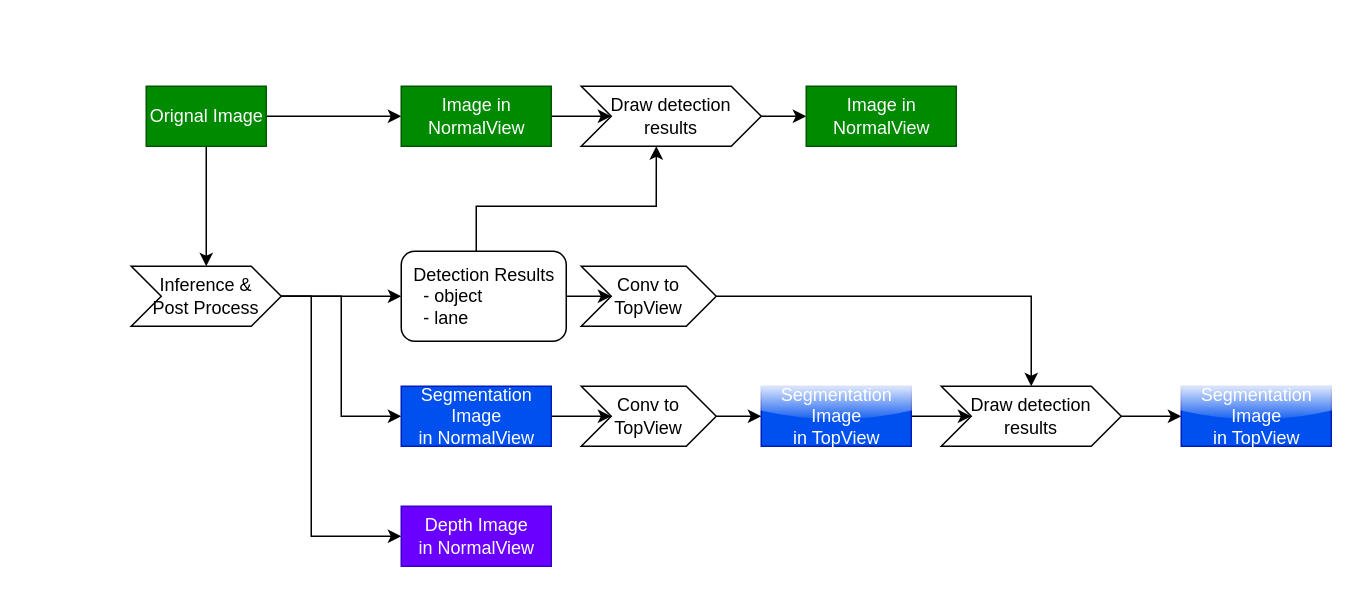
iwatake2222/self-driving-ish_computer_vision_system keeps this draw.io diagram as page "DataFlow" (2 of 3) of 00_doc/design_document.drawio. Above is the earlier version. Source tidied: cells renumbered, new cells numbered last; positions are measured from the earlier drawing's top-left corner, leaving out a move shared by most shapes. Both pictures are drawn from the tidied source at 150%, with x=0, y=0 at pixel (130, 86).
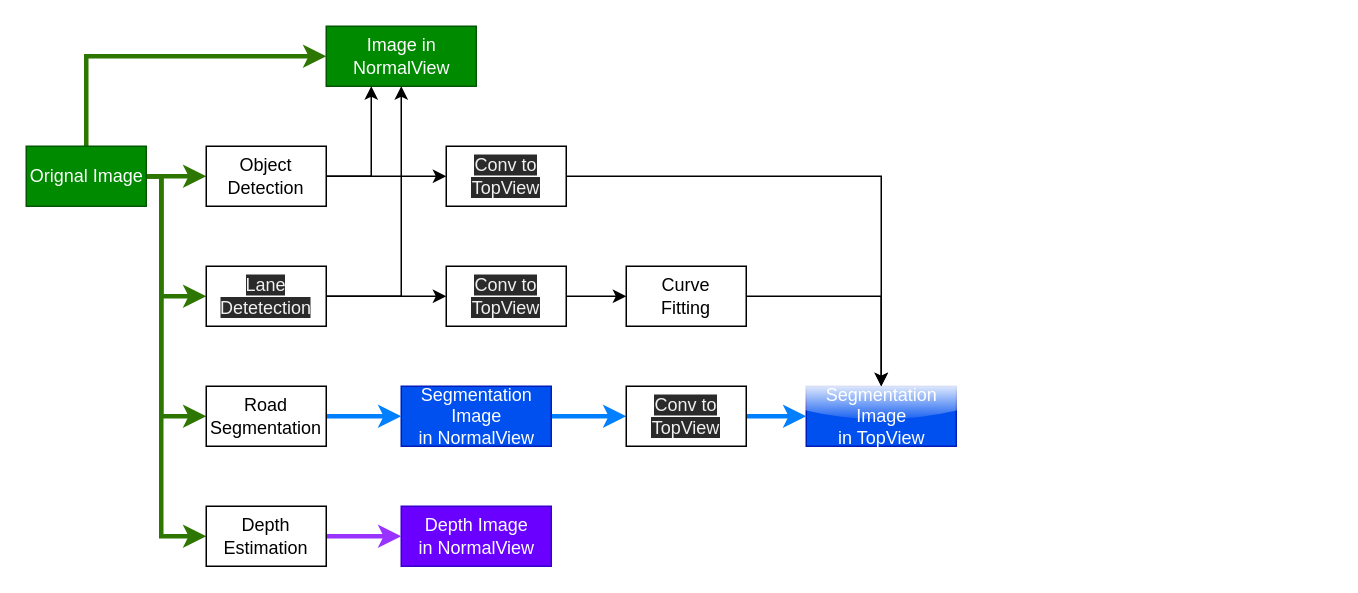
After the change.

Unchanged cells that the change refers to:
```xml
<mxCell id="9" value="Segmentation&lt;br&gt;Image&lt;br&gt;in NormalView" style="html=1;fillColor=#0050ef;strokeColor=#001DBC;fontColor=#ffffff;" parent="1" vertex="1">
  <mxGeometry x="180" y="200" width="100" height="40" as="geometry" />
</mxCell>
```

Change to the diagram source:
```diff
@@
-    <mxCell id="2" style="edgeStyle=orthogonalEdgeStyle;rounded=0;jettySize=auto;html=1;entryX=0;entryY=0.5;entryDx=0;entryDy=0;" parent="1" edge="1" source="5" target="7">
-      <mxGeometry relative="1" as="geometry" />
-    </mxCell>
-    <mxCell id="3" style="edgeStyle=orthogonalEdgeStyle;rounded=0;jettySize=auto;html=1;entryX=0;entryY=0.5;entryDx=0;entryDy=0;exitX=1;exitY=0.5;exitDx=0;exitDy=0;" parent="1" edge="1" source="28" target="9">
-      <mxGeometry relative="1" as="geometry" />
-    </mxCell>
-    <mxCell id="4" style="edgeStyle=orthogonalEdgeStyle;rounded=0;jettySize=auto;html=1;" parent="1" edge="1" source="5" target="28">
-      <mxGeometry relative="1" as="geometry" />
-    </mxCell>
+    <mxCell id="29" style="edgeStyle=orthogonalEdgeStyle;rounded=0;jettySize=auto;html=1;strokeWidth=3;fillColor=#60a917;strokeColor=#2D7600;" parent="1" edge="1" source="5" target="39">
+      <mxGeometry relative="1" as="geometry" />
+    </mxCell>
+    <mxCell id="30" style="edgeStyle=orthogonalEdgeStyle;rounded=0;jettySize=auto;html=1;entryX=0;entryY=0.5;entryDx=0;entryDy=0;strokeWidth=3;fillColor=#60a917;strokeColor=#2D7600;" parent="1" edge="1" source="5" target="42">
+      <mxGeometry relative="1" as="geometry">
+        <Array as="points">
+          <mxPoint x="20" y="60" />
+          <mxPoint x="20" y="140" />
+        </Array>
+      </mxGeometry>
+    </mxCell>
+    <mxCell id="31" style="edgeStyle=orthogonalEdgeStyle;rounded=0;jettySize=auto;html=1;entryX=0;entryY=0.5;entryDx=0;entryDy=0;fillColor=#60a917;strokeColor=#2D7600;strokeWidth=3;" parent="1" edge="1" source="5" target="44">
+      <mxGeometry relative="1" as="geometry">
+        <Array as="points">
+          <mxPoint x="20" y="60" />
+          <mxPoint x="20" y="220" />
+        </Array>
+      </mxGeometry>
+    </mxCell>
+    <mxCell id="32" style="edgeStyle=orthogonalEdgeStyle;rounded=0;jettySize=auto;html=1;entryX=0;entryY=0.5;entryDx=0;entryDy=0;fillColor=#60a917;strokeColor=#2D7600;strokeWidth=3;" parent="1" edge="1" source="5" target="46">
+      <mxGeometry relative="1" as="geometry">
+        <Array as="points">
+          <mxPoint x="20" y="60" />
+          <mxPoint x="20" y="300" />
+        </Array>
+      </mxGeometry>
+    </mxCell>
+    <mxCell id="33" style="edgeStyle=orthogonalEdgeStyle;rounded=0;jettySize=auto;html=1;entryX=0;entryY=0.5;entryDx=0;entryDy=0;strokeWidth=3;fillColor=#60a917;strokeColor=#2D7600;exitX=0.5;exitY=0;exitDx=0;exitDy=0;" parent="1" edge="1" source="5" target="36">
+      <mxGeometry relative="1" as="geometry">
+        <Array as="points">
+          <mxPoint x="-30" y="-20" />
+        </Array>
+      </mxGeometry>
+    </mxCell>
     <mxCell id="5" value="Orignal Image" style="html=1;fillColor=#008a00;strokeColor=#005700;fontColor=#ffffff;" parent="1" vertex="1">
-      <mxGeometry x="10" width="80" height="40" as="geometry" />
+      <mxGeometry x="-70" y="40" width="80" height="40" as="geometry" />
     </mxCell>
-    <mxCell id="6" style="edgeStyle=orthogonalEdgeStyle;rounded=0;jettySize=auto;html=1;" parent="1" edge="1" source="7" target="14">
-      <mxGeometry relative="1" as="geometry" />
-    </mxCell>
-    <mxCell id="7" value="Image in&lt;br&gt;NormalView" style="html=1;fillColor=#008a00;strokeColor=#005700;fontColor=#ffffff;" parent="1" vertex="1">
-      <mxGeometry x="180" width="100" height="40" as="geometry" />
-    </mxCell>
-    <mxCell id="8" style="edgeStyle=orthogonalEdgeStyle;rounded=0;jettySize=auto;html=1;" parent="1" edge="1" source="9" target="22">
-      <mxGeometry relative="1" as="geometry" />
-    </mxCell>
+    <mxCell id="12" value="Depth Image&lt;br&gt;in NormalView" style="html=1;strokeColor=#3700CC;fontColor=#ffffff;fillColor=#6A00FF;" parent="1" vertex="1">
+      <mxGeometry x="180" y="280" width="100" height="40" as="geometry" />
+    </mxCell>
+    <mxCell id="34" style="edgeStyle=orthogonalEdgeStyle;rounded=0;jettySize=auto;html=1;fillColor=#0050ef;strokeWidth=3;strokeColor=#007FFF;" parent="1" edge="1" source="9" target="52">
+      <mxGeometry relative="1" as="geometry" />
+    </mxCell>
@@
-    <mxCell id="10" style="edgeStyle=orthogonalEdgeStyle;rounded=0;jettySize=auto;html=1;" parent="1" edge="1" source="11" target="16">
-      <mxGeometry relative="1" as="geometry" />
-    </mxCell>
-    <mxCell id="11" value="Segmentation&lt;br&gt;Image&lt;br&gt;in TopView" style="html=1;fillColor=#0050ef;strokeColor=#001DBC;fontColor=#ffffff;shadow=0;glass=1;" parent="1" vertex="1">
-      <mxGeometry x="420" y="200" width="100" height="40" as="geometry" />
-    </mxCell>
-    <mxCell id="12" value="Depth Image&lt;br&gt;in NormalView" style="html=1;fillColor=#6a00ff;strokeColor=#3700CC;fontColor=#ffffff;" parent="1" vertex="1">
-      <mxGeometry x="180" y="280" width="100" height="40" as="geometry" />
-    </mxCell>
-    <mxCell id="13" style="edgeStyle=orthogonalEdgeStyle;rounded=0;jettySize=auto;html=1;entryX=0;entryY=0.5;entryDx=0;entryDy=0;" parent="1" edge="1" source="14" target="20">
-      <mxGeometry relative="1" as="geometry" />
-    </mxCell>
-    <mxCell id="14" value="Draw detection results" style="shape=step;perimeter=stepPerimeter;whiteSpace=wrap;html=1;fixedSize=1;" parent="1" vertex="1">
-      <mxGeometry x="300" width="120" height="40" as="geometry" />
-    </mxCell>
-    <mxCell id="15" style="edgeStyle=orthogonalEdgeStyle;rounded=0;jettySize=auto;html=1;" parent="1" edge="1" source="16" target="25">
-      <mxGeometry relative="1" as="geometry" />
-    </mxCell>
-    <mxCell id="16" value="Draw detection results" style="shape=step;perimeter=stepPerimeter;whiteSpace=wrap;html=1;fixedSize=1;" parent="1" vertex="1">
-      <mxGeometry x="540" y="200" width="120" height="40" as="geometry" />
-    </mxCell>
-    <mxCell id="17" style="edgeStyle=orthogonalEdgeStyle;rounded=0;jettySize=auto;html=1;" parent="1" edge="1" source="19" target="24">
-      <mxGeometry relative="1" as="geometry" />
-    </mxCell>
-    <mxCell id="18" style="edgeStyle=orthogonalEdgeStyle;rounded=0;jettySize=auto;html=1;entryX=0.417;entryY=1;entryDx=0;entryDy=0;entryPerimeter=0;" parent="1" edge="1" source="19" target="14">
-      <mxGeometry relative="1" as="geometry">
-        <Array as="points">
-          <mxPoint x="230" y="80" />
-          <mxPoint x="350" y="80" />
-        </Array>
-      </mxGeometry>
-    </mxCell>
-    <mxCell id="19" value="Detection Results&lt;br&gt;&lt;div style=&quot;text-align: left&quot;&gt;&lt;span&gt;&amp;nbsp; - object&lt;/span&gt;&lt;/div&gt;&lt;div style=&quot;text-align: left&quot;&gt;&lt;span&gt;&amp;nbsp; - lane&lt;/span&gt;&lt;/div&gt;" style="html=1;glass=0;rounded=1;shadow=0;sketch=0;" parent="1" vertex="1">
-      <mxGeometry x="180" y="110" width="110" height="60" as="geometry" />
-    </mxCell>
-    <mxCell id="20" value="Image in&lt;br&gt;NormalView" style="html=1;fillColor=#008a00;strokeColor=#005700;fontColor=#ffffff;" parent="1" vertex="1">
-      <mxGeometry x="450" width="100" height="40" as="geometry" />
-    </mxCell>
-    <mxCell id="21" style="edgeStyle=orthogonalEdgeStyle;rounded=0;jettySize=auto;html=1;" parent="1" edge="1" source="22" target="11">
-      <mxGeometry relative="1" as="geometry" />
-    </mxCell>
-    <mxCell id="22" value="Conv to TopView" style="shape=step;perimeter=stepPerimeter;whiteSpace=wrap;html=1;fixedSize=1;" parent="1" vertex="1">
-      <mxGeometry x="300" y="200" width="90" height="40" as="geometry" />
-    </mxCell>
-    <mxCell id="23" style="edgeStyle=orthogonalEdgeStyle;rounded=0;jettySize=auto;html=1;entryX=0.5;entryY=0;entryDx=0;entryDy=0;" parent="1" edge="1" source="24" target="16">
-      <mxGeometry relative="1" as="geometry" />
-    </mxCell>
-    <mxCell id="24" value="Conv to TopView" style="shape=step;perimeter=stepPerimeter;whiteSpace=wrap;html=1;fixedSize=1;" parent="1" vertex="1">
-      <mxGeometry x="300" y="120" width="90" height="40" as="geometry" />
-    </mxCell>
-    <mxCell id="25" value="Segmentation&lt;br&gt;Image&lt;br&gt;in TopView" style="html=1;fillColor=#0050ef;strokeColor=#001DBC;fontColor=#ffffff;shadow=0;glass=1;" parent="1" vertex="1">
-      <mxGeometry x="700" y="200" width="100" height="40" as="geometry" />
-    </mxCell>
-    <mxCell id="26" style="edgeStyle=orthogonalEdgeStyle;rounded=0;jettySize=auto;html=1;" parent="1" edge="1" source="28" target="19">
-      <mxGeometry relative="1" as="geometry" />
-    </mxCell>
-    <mxCell id="27" style="edgeStyle=orthogonalEdgeStyle;rounded=0;jettySize=auto;html=1;entryX=0;entryY=0.5;entryDx=0;entryDy=0;" parent="1" edge="1" source="28" target="12">
-      <mxGeometry relative="1" as="geometry">
-        <Array as="points">
-          <mxPoint x="120" y="140" />
-          <mxPoint x="120" y="300" />
-        </Array>
-      </mxGeometry>
-    </mxCell>
-    <mxCell id="28" value="Inference &amp;amp;&lt;br&gt;Post Process" style="shape=step;perimeter=stepPerimeter;whiteSpace=wrap;html=1;fixedSize=1;" parent="1" vertex="1">
-      <mxGeometry y="120" width="100" height="40" as="geometry" />
-    </mxCell>
+    <mxCell id="35" value="Segmentation&lt;br&gt;Image&lt;br&gt;in TopView" style="html=1;fillColor=#0050ef;strokeColor=#001DBC;fontColor=#ffffff;shadow=0;glass=1;" parent="1" vertex="1">
+      <mxGeometry x="450" y="200" width="100" height="40" as="geometry" />
+    </mxCell>
+    <mxCell id="36" value="Image in&lt;br&gt;NormalView" style="html=1;fillColor=#008a00;strokeColor=#005700;fontColor=#ffffff;" parent="1" vertex="1">
+      <mxGeometry x="130" y="-40" width="100" height="40" as="geometry" />
+    </mxCell>
+    <mxCell id="37" style="edgeStyle=orthogonalEdgeStyle;rounded=0;jettySize=auto;html=1;exitX=1;exitY=0.5;exitDx=0;exitDy=0;" parent="1" edge="1" source="39" target="36">
+      <mxGeometry relative="1" as="geometry">
+        <Array as="points">
+          <mxPoint x="160" y="60" />
+        </Array>
+      </mxGeometry>
+    </mxCell>
+    <mxCell id="38" style="edgeStyle=orthogonalEdgeStyle;rounded=0;jettySize=auto;html=1;entryX=0;entryY=0.5;entryDx=0;entryDy=0;" parent="1" edge="1" source="39" target="48">
+      <mxGeometry relative="1" as="geometry" />
+    </mxCell>
+    <mxCell id="39" value="Object&lt;br&gt;Detection" style="rounded=0;whiteSpace=wrap;html=1;" parent="1" vertex="1">
+      <mxGeometry x="50" y="40" width="80" height="40" as="geometry" />
+    </mxCell>
+    <mxCell id="40" style="edgeStyle=orthogonalEdgeStyle;rounded=0;jettySize=auto;html=1;entryX=0.5;entryY=1;entryDx=0;entryDy=0;exitX=1;exitY=0.5;exitDx=0;exitDy=0;" parent="1" edge="1" source="42" target="36">
+      <mxGeometry relative="1" as="geometry" />
+    </mxCell>
+    <mxCell id="41" style="edgeStyle=orthogonalEdgeStyle;rounded=0;jettySize=auto;html=1;" parent="1" edge="1" source="42" target="50">
+      <mxGeometry relative="1" as="geometry" />
+    </mxCell>
+    <mxCell id="42" value="&lt;span style=&quot;color: rgb(240 , 240 , 240) ; font-family: &amp;#34;helvetica&amp;#34; ; font-size: 12px ; font-style: normal ; font-weight: 400 ; letter-spacing: normal ; text-align: center ; text-indent: 0px ; text-transform: none ; word-spacing: 0px ; background-color: rgb(42 , 42 , 42) ; display: inline ; float: none&quot;&gt;Lane&lt;br&gt;Detetection&lt;/span&gt;" style="rounded=0;whiteSpace=wrap;html=1;" parent="1" vertex="1">
+      <mxGeometry x="50" y="120" width="80" height="40" as="geometry" />
+    </mxCell>
+    <mxCell id="43" style="edgeStyle=orthogonalEdgeStyle;rounded=0;jettySize=auto;html=1;entryX=0;entryY=0.5;entryDx=0;entryDy=0;fillColor=#0050ef;strokeWidth=3;strokeColor=#007FFF;" parent="1" edge="1" source="44" target="9">
+      <mxGeometry relative="1" as="geometry" />
+    </mxCell>
+    <mxCell id="44" value="Road&lt;br&gt;Segmentation" style="rounded=0;whiteSpace=wrap;html=1;" parent="1" vertex="1">
+      <mxGeometry x="50" y="200" width="80" height="40" as="geometry" />
+    </mxCell>
+    <mxCell id="45" style="edgeStyle=orthogonalEdgeStyle;rounded=0;jettySize=auto;html=1;strokeWidth=3;strokeColor=#9933FF;" parent="1" edge="1" source="46" target="12">
+      <mxGeometry relative="1" as="geometry" />
+    </mxCell>
+    <mxCell id="46" value="Depth&lt;br&gt;Estimation" style="rounded=0;whiteSpace=wrap;html=1;" parent="1" vertex="1">
+      <mxGeometry x="50" y="280" width="80" height="40" as="geometry" />
+    </mxCell>
+    <mxCell id="47" style="edgeStyle=orthogonalEdgeStyle;rounded=0;jettySize=auto;html=1;" parent="1" edge="1" source="48" target="35">
+      <mxGeometry relative="1" as="geometry" />
+    </mxCell>
+    <mxCell id="48" value="&#10;&#10;&lt;span style=&quot;color: rgb(240, 240, 240); font-family: helvetica; font-size: 12px; font-style: normal; font-weight: 400; letter-spacing: normal; text-align: center; text-indent: 0px; text-transform: none; word-spacing: 0px; background-color: rgb(42, 42, 42); display: inline; float: none;&quot;&gt;Conv to TopView&lt;/span&gt;&#10;&#10;" style="rounded=0;whiteSpace=wrap;html=1;" parent="1" vertex="1">
+      <mxGeometry x="210" y="40" width="80" height="40" as="geometry" />
+    </mxCell>
+    <mxCell id="49" style="edgeStyle=orthogonalEdgeStyle;rounded=0;jettySize=auto;html=1;" parent="1" edge="1" source="50" target="54">
+      <mxGeometry relative="1" as="geometry" />
+    </mxCell>
+    <mxCell id="50" value="&#10;&#10;&lt;span style=&quot;color: rgb(240, 240, 240); font-family: helvetica; font-size: 12px; font-style: normal; font-weight: 400; letter-spacing: normal; text-align: center; text-indent: 0px; text-transform: none; word-spacing: 0px; background-color: rgb(42, 42, 42); display: inline; float: none;&quot;&gt;Conv to TopView&lt;/span&gt;&#10;&#10;" style="rounded=0;whiteSpace=wrap;html=1;" parent="1" vertex="1">
+      <mxGeometry x="210" y="120" width="80" height="40" as="geometry" />
+    </mxCell>
+    <mxCell id="51" style="edgeStyle=orthogonalEdgeStyle;rounded=0;jettySize=auto;html=1;fillColor=#0050ef;strokeWidth=3;strokeColor=#007FFF;" parent="1" edge="1" source="52" target="35">
+      <mxGeometry relative="1" as="geometry" />
+    </mxCell>
+    <mxCell id="52" value="&#10;&#10;&lt;span style=&quot;color: rgb(240, 240, 240); font-family: helvetica; font-size: 12px; font-style: normal; font-weight: 400; letter-spacing: normal; text-align: center; text-indent: 0px; text-transform: none; word-spacing: 0px; background-color: rgb(42, 42, 42); display: inline; float: none;&quot;&gt;Conv to TopView&lt;/span&gt;&#10;&#10;" style="rounded=0;whiteSpace=wrap;html=1;" parent="1" vertex="1">
+      <mxGeometry x="330" y="200" width="80" height="40" as="geometry" />
+    </mxCell>
+    <mxCell id="53" style="edgeStyle=orthogonalEdgeStyle;rounded=0;jettySize=auto;html=1;entryX=0.5;entryY=0;entryDx=0;entryDy=0;" parent="1" edge="1" source="54" target="35">
+      <mxGeometry relative="1" as="geometry" />
+    </mxCell>
+    <mxCell id="54" value="Curve&lt;br&gt;Fitting" style="rounded=0;whiteSpace=wrap;html=1;" parent="1" vertex="1">
+      <mxGeometry x="330" y="120" width="80" height="40" as="geometry" />
+    </mxCell>
```
